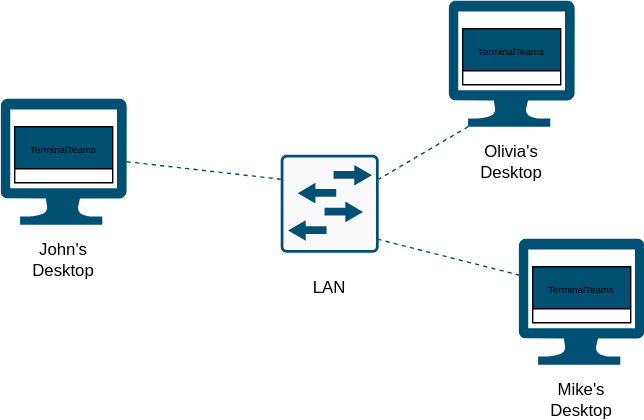
devmichalek/TerminalTeams keeps this draw.io diagram as doc/TerminalTeamsCommunication.svg. Above is the earlier version. Source tidied: cells renumbered, new cells last; positions are measured from the earlier drawing's top-left corner, leaving out a move shared by most shapes.
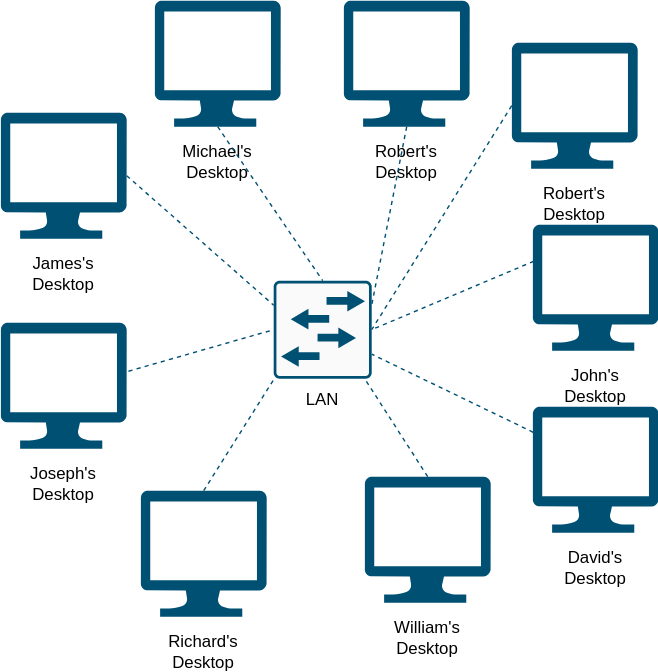
Above is the later version.

The edit, as a diff of the source:
```diff
@@ -3,46 +3,93 @@
     <mxCell id="0" />
     <mxCell id="1" parent="0" />
     <mxCell id="2" style="sketch=0;points=[[0.015,0.015,0],[0.985,0.015,0],[0.985,0.985,0],[0.015,0.985,0],[0.25,0,0],[0.5,0,0],[0.75,0,0],[1,0.25,0],[1,0.5,0],[1,0.75,0],[0.75,1,0],[0.5,1,0],[0.25,1,0],[0,0.75,0],[0,0.5,0],[0,0.25,0]];verticalLabelPosition=bottom;html=1;verticalAlign=top;align=center;shape=mxgraph.cisco19.rect;prIcon=l2_switch;fillColor=#FAFAFA;strokeColor=#005073;" parent="1" vertex="1">
-      <mxGeometry x="200" y="110" width="70" height="70" as="geometry" />
+      <mxGeometry x="205" y="200" width="70" height="70" as="geometry" />
     </mxCell>
     <mxCell id="3" style="verticalLabelPosition=bottom;html=1;verticalAlign=top;align=center;strokeColor=none;fillColor=#005073;shape=mxgraph.azure.computer;" parent="1" vertex="1">
-      <mxGeometry y="70" width="90" height="90" as="geometry" />
+      <mxGeometry x="10" y="80" width="90" height="90" as="geometry" />
     </mxCell>
     <mxCell id="4" value="LAN" style="text;html=1;align=center;verticalAlign=middle;whiteSpace=wrap;rounded=0;" parent="1" vertex="1">
-      <mxGeometry x="205" y="190" width="60" height="30" as="geometry" />
+      <mxGeometry x="210" y="270" width="60" height="30" as="geometry" />
     </mxCell>
-    <mxCell id="5" value="John's Desktop" style="text;html=1;align=center;verticalAlign=middle;whiteSpace=wrap;rounded=0;" parent="1" vertex="1">
-      <mxGeometry x="15" y="170" width="60" height="30" as="geometry" />
+    <mxCell id="5" value="James's Desktop" style="text;html=1;align=center;verticalAlign=middle;whiteSpace=wrap;rounded=0;" parent="1" vertex="1">
+      <mxGeometry x="25" y="180" width="60" height="30" as="geometry" />
     </mxCell>
     <mxCell id="6" style="verticalLabelPosition=bottom;html=1;verticalAlign=top;align=center;strokeColor=none;fillColor=#005073;shape=mxgraph.azure.computer;" parent="1" vertex="1">
-      <mxGeometry x="320" width="90" height="90" as="geometry" />
+      <mxGeometry x="255" width="90" height="90" as="geometry" />
     </mxCell>
-    <mxCell id="7" value="Olivia's Desktop" style="text;html=1;align=center;verticalAlign=middle;whiteSpace=wrap;rounded=0;" parent="1" vertex="1">
-      <mxGeometry x="335" y="100" width="60" height="30" as="geometry" />
+    <mxCell id="7" value="Robert's Desktop" style="text;html=1;align=center;verticalAlign=middle;whiteSpace=wrap;rounded=0;" parent="1" vertex="1">
+      <mxGeometry x="270" y="100" width="60" height="30" as="geometry" />
     </mxCell>
     <mxCell id="8" style="verticalLabelPosition=bottom;html=1;verticalAlign=top;align=center;strokeColor=none;fillColor=#005073;shape=mxgraph.azure.computer;" parent="1" vertex="1">
-      <mxGeometry x="370" y="170" width="90" height="90" as="geometry" />
+      <mxGeometry x="390" y="160" width="90" height="90" as="geometry" />
     </mxCell>
-    <mxCell id="9" value="Mike's Desktop" style="text;html=1;align=center;verticalAlign=middle;whiteSpace=wrap;rounded=0;" parent="1" vertex="1">
-      <mxGeometry x="385" y="270" width="60" height="30" as="geometry" />
+    <mxCell id="9" value="John's Desktop" style="text;html=1;align=center;verticalAlign=middle;whiteSpace=wrap;rounded=0;" parent="1" vertex="1">
+      <mxGeometry x="405" y="260" width="60" height="30" as="geometry" />
     </mxCell>
     <mxCell id="10" style="endArrow=none;dashed=1;html=1;rounded=0;strokeColor=#005073;exitX=1;exitY=0.5;exitDx=0;exitDy=0;exitPerimeter=0;entryX=0;entryY=0.25;entryDx=0;entryDy=0;entryPerimeter=0;" parent="1" edge="1" source="3" target="2">
       <mxGeometry relative="1" as="geometry" />
     </mxCell>
-    <mxCell id="11" style="endArrow=none;dashed=1;html=1;rounded=0;strokeColor=#005073;exitX=0.155;exitY=1;exitDx=0;exitDy=0;exitPerimeter=0;entryX=1;entryY=0.25;entryDx=0;entryDy=0;entryPerimeter=0;" parent="1" edge="1" source="6" target="2">
+    <mxCell id="11" style="endArrow=none;dashed=1;html=1;rounded=0;strokeColor=#005073;exitX=0.5;exitY=1;exitDx=0;exitDy=0;exitPerimeter=0;entryX=1;entryY=0.25;entryDx=0;entryDy=0;entryPerimeter=0;" parent="1" edge="1" source="6" target="2">
       <mxGeometry relative="1" as="geometry" />
     </mxCell>
-    <mxCell id="12" style="endArrow=none;dashed=1;html=1;rounded=0;strokeColor=#005073;exitX=0.009;exitY=0.29;exitDx=0;exitDy=0;exitPerimeter=0;entryX=0.979;entryY=0.86;entryDx=0;entryDy=0;entryPerimeter=0;" parent="1" edge="1" source="8" target="2">
+    <mxCell id="12" style="endArrow=none;dashed=1;html=1;rounded=0;strokeColor=#005073;exitX=0.009;exitY=0.29;exitDx=0;exitDy=0;exitPerimeter=0;entryX=1;entryY=0.5;entryDx=0;entryDy=0;entryPerimeter=0;" parent="1" edge="1" source="8" target="2">
       <mxGeometry relative="1" as="geometry" />
     </mxCell>
-    <mxCell id="13" value="&lt;font style=&quot;font-size: 7px;&quot;&gt;TerminalTeams&lt;/font&gt;" style="swimlane;fontStyle=0;horizontal=1;startSize=30;whiteSpace=wrap;html=1;fillColor=#005073;" parent="1" vertex="1">
-      <mxGeometry x="380" y="190" width="70" height="40" as="geometry" />
-    </mxCell>
-    <mxCell id="14" value="&lt;font style=&quot;font-size: 7px;&quot;&gt;TerminalTeams&lt;/font&gt;" style="swimlane;fontStyle=0;horizontal=1;startSize=30;whiteSpace=wrap;html=1;fillColor=#005073;" parent="1" vertex="1">
-      <mxGeometry x="10" y="90" width="70" height="40" as="geometry" />
-    </mxCell>
-    <mxCell id="15" value="&lt;font style=&quot;font-size: 7px;&quot;&gt;TerminalTeams&lt;/font&gt;" style="swimlane;fontStyle=0;horizontal=1;startSize=30;whiteSpace=wrap;html=1;fillColor=#005073;" parent="1" vertex="1">
-      <mxGeometry x="330" y="20" width="70" height="40" as="geometry" />
-    </mxCell>
+    <mxCell id="16" style="verticalLabelPosition=bottom;html=1;verticalAlign=top;align=center;strokeColor=none;fillColor=#005073;shape=mxgraph.azure.computer;" parent="1" vertex="1">
+      <mxGeometry x="10" y="230" width="90" height="90" as="geometry" />
+    </mxCell>
+    <mxCell id="17" value="Joseph's Desktop" style="text;html=1;align=center;verticalAlign=middle;whiteSpace=wrap;rounded=0;" parent="1" vertex="1">
+      <mxGeometry x="25" y="330" width="60" height="30" as="geometry" />
+    </mxCell>
+    <mxCell id="18" style="verticalLabelPosition=bottom;html=1;verticalAlign=top;align=center;strokeColor=none;fillColor=#005073;shape=mxgraph.azure.computer;" parent="1" vertex="1">
+      <mxGeometry x="120" width="90" height="90" as="geometry" />
+    </mxCell>
+    <mxCell id="19" value="Michael's Desktop" style="text;html=1;align=center;verticalAlign=middle;whiteSpace=wrap;rounded=0;" parent="1" vertex="1">
+      <mxGeometry x="135" y="100" width="60" height="30" as="geometry" />
+    </mxCell>
+    <mxCell id="20" style="verticalLabelPosition=bottom;html=1;verticalAlign=top;align=center;strokeColor=none;fillColor=#005073;shape=mxgraph.azure.computer;" parent="1" vertex="1">
+      <mxGeometry x="110" y="350" width="90" height="90" as="geometry" />
+    </mxCell>
+    <mxCell id="21" value="Richard's Desktop" style="text;html=1;align=center;verticalAlign=middle;whiteSpace=wrap;rounded=0;" parent="1" vertex="1">
+      <mxGeometry x="125" y="450" width="60" height="30" as="geometry" />
+    </mxCell>
+    <mxCell id="22" style="verticalLabelPosition=bottom;html=1;verticalAlign=top;align=center;strokeColor=none;fillColor=#005073;shape=mxgraph.azure.computer;" parent="1" vertex="1">
+      <mxGeometry x="270" y="340" width="90" height="90" as="geometry" />
+    </mxCell>
+    <mxCell id="23" value="William's Desktop" style="text;html=1;align=center;verticalAlign=middle;whiteSpace=wrap;rounded=0;" parent="1" vertex="1">
+      <mxGeometry x="285" y="440" width="60" height="30" as="geometry" />
+    </mxCell>
+    <mxCell id="24" style="verticalLabelPosition=bottom;html=1;verticalAlign=top;align=center;strokeColor=none;fillColor=#005073;shape=mxgraph.azure.computer;" parent="1" vertex="1">
+      <mxGeometry x="390" y="290" width="90" height="90" as="geometry" />
+    </mxCell>
+    <mxCell id="25" value="David's Desktop" style="text;html=1;align=center;verticalAlign=middle;whiteSpace=wrap;rounded=0;" parent="1" vertex="1">
+      <mxGeometry x="405" y="390" width="60" height="30" as="geometry" />
+    </mxCell>
+    <mxCell id="26" style="endArrow=none;dashed=1;html=1;rounded=0;strokeColor=#005073;exitX=0.5;exitY=1;exitDx=0;exitDy=0;exitPerimeter=0;entryX=0.5;entryY=0;entryDx=0;entryDy=0;entryPerimeter=0;" parent="1" edge="1" source="18" target="2">
+      <mxGeometry relative="1" as="geometry" />
+    </mxCell>
+    <mxCell id="27" style="endArrow=none;dashed=1;html=1;rounded=0;strokeColor=#005073;exitX=0.004;exitY=0.203;exitDx=0;exitDy=0;exitPerimeter=0;entryX=1;entryY=0.75;entryDx=0;entryDy=0;entryPerimeter=0;" parent="1" edge="1" source="24" target="2">
+      <mxGeometry relative="1" as="geometry" />
+    </mxCell>
+    <mxCell id="28" style="endArrow=none;dashed=1;html=1;rounded=0;strokeColor=#005073;exitX=0.5;exitY=0;exitDx=0;exitDy=0;exitPerimeter=0;" parent="1" edge="1" source="22">
+      <mxGeometry relative="1" as="geometry">
+        <mxPoint x="270" y="270" as="targetPoint" />
+      </mxGeometry>
+    </mxCell>
+    <mxCell id="29" style="endArrow=none;dashed=1;html=1;rounded=0;strokeColor=#005073;entryX=0.015;entryY=0.985;entryDx=0;entryDy=0;exitX=0.5;exitY=0;exitDx=0;exitDy=0;exitPerimeter=0;entryPerimeter=0;" parent="1" edge="1" source="20" target="2">
+      <mxGeometry relative="1" as="geometry" />
+    </mxCell>
+    <mxCell id="30" style="endArrow=none;dashed=1;html=1;rounded=0;strokeColor=#005073;entryX=0;entryY=0.5;entryDx=0;entryDy=0;exitX=1.014;exitY=0.385;exitDx=0;exitDy=0;exitPerimeter=0;entryPerimeter=0;" parent="1" edge="1" source="16" target="2">
+      <mxGeometry relative="1" as="geometry" />
+    </mxCell>
+    <mxCell id="31" style="verticalLabelPosition=bottom;html=1;verticalAlign=top;align=center;strokeColor=none;fillColor=#005073;shape=mxgraph.azure.computer;" parent="1" vertex="1">
+      <mxGeometry x="375" y="30" width="90" height="90" as="geometry" />
+    </mxCell>
+    <mxCell id="32" value="Robert's Desktop" style="text;html=1;align=center;verticalAlign=middle;whiteSpace=wrap;rounded=0;" parent="1" vertex="1">
+      <mxGeometry x="390" y="130" width="60" height="30" as="geometry" />
+    </mxCell>
+    <mxCell id="33" style="endArrow=none;dashed=1;html=1;rounded=0;strokeColor=#005073;exitX=0;exitY=0.5;exitDx=0;exitDy=0;exitPerimeter=0;entryX=1;entryY=0.5;entryDx=0;entryDy=0;entryPerimeter=0;" parent="1" edge="1" source="31" target="2">
+      <mxGeometry relative="1" as="geometry" />
+    </mxCell>
   </root>
 </mxGraphModel>
```
